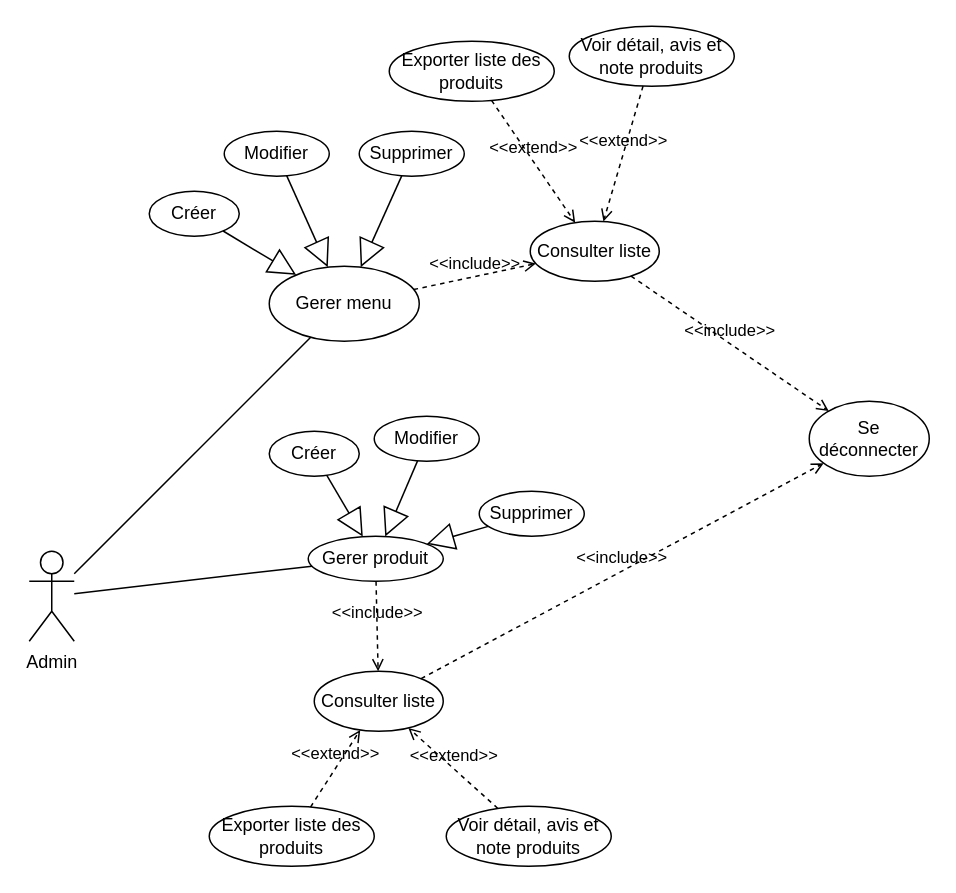
kbvac/Diagramme-UML keeps this draw.io diagram as Diagramme-CHEZ-ALINO.drawio. Above is the earlier version. Source tidied: cells renumbered, new cells numbered last; positions are measured from the earlier drawing's top-left corner, leaving out a move shared by most shapes. Both pictures are drawn from the tidied source at 150%, with x=0, y=0 at pixel (28, 26).
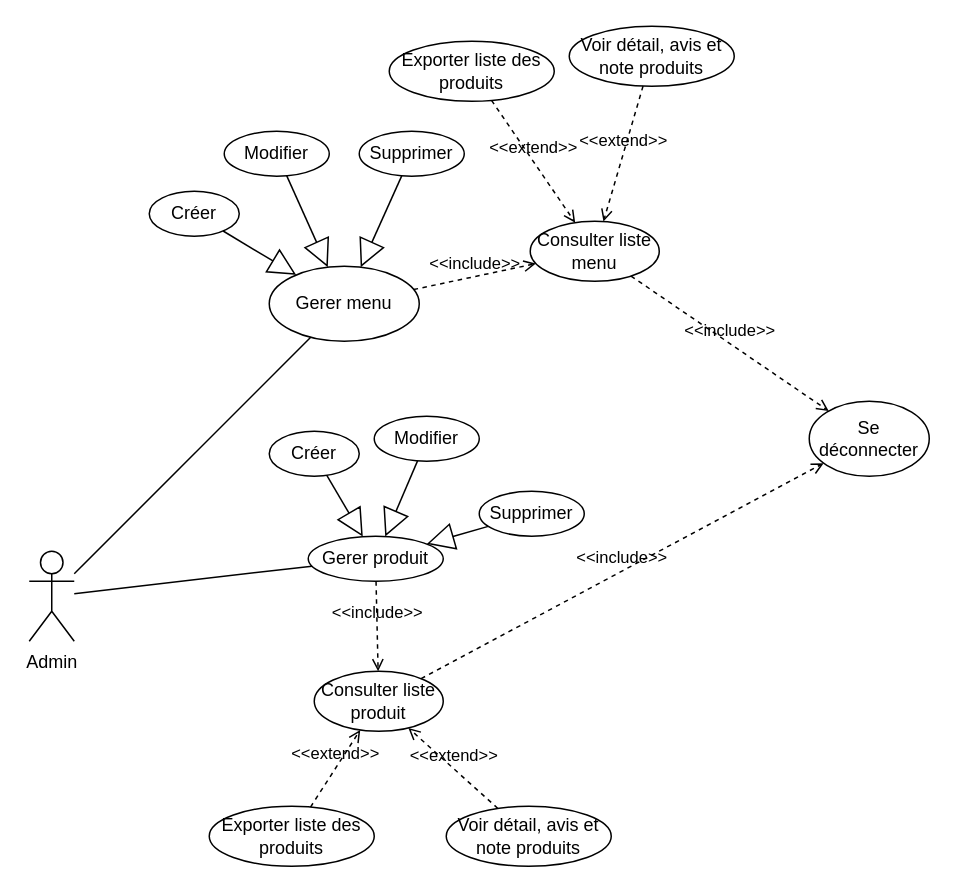
After the change.

Commit message (it also covers changes not shown here):
Mettre à jour Diagramme-CHEZ-ALINO.drawio

Change to the diagram source:
```diff
@@
-    <mxCell id="20" value="Consulter liste" style="ellipse;whiteSpace=wrap;html=1;" parent="1" vertex="1">
+    <mxCell id="20" value="Consulter liste produit" style="ellipse;whiteSpace=wrap;html=1;" parent="1" vertex="1">
       <mxGeometry x="190" y="430" width="86" height="40" as="geometry" />
     </mxCell>
@@
-    <mxCell id="29" value="Consulter liste" style="ellipse;whiteSpace=wrap;html=1;" parent="1" vertex="1">
+    <mxCell id="29" value="Consulter liste menu" style="ellipse;whiteSpace=wrap;html=1;" parent="1" vertex="1">
       <mxGeometry x="334" y="130" width="86" height="40" as="geometry" />
     </mxCell>
```
